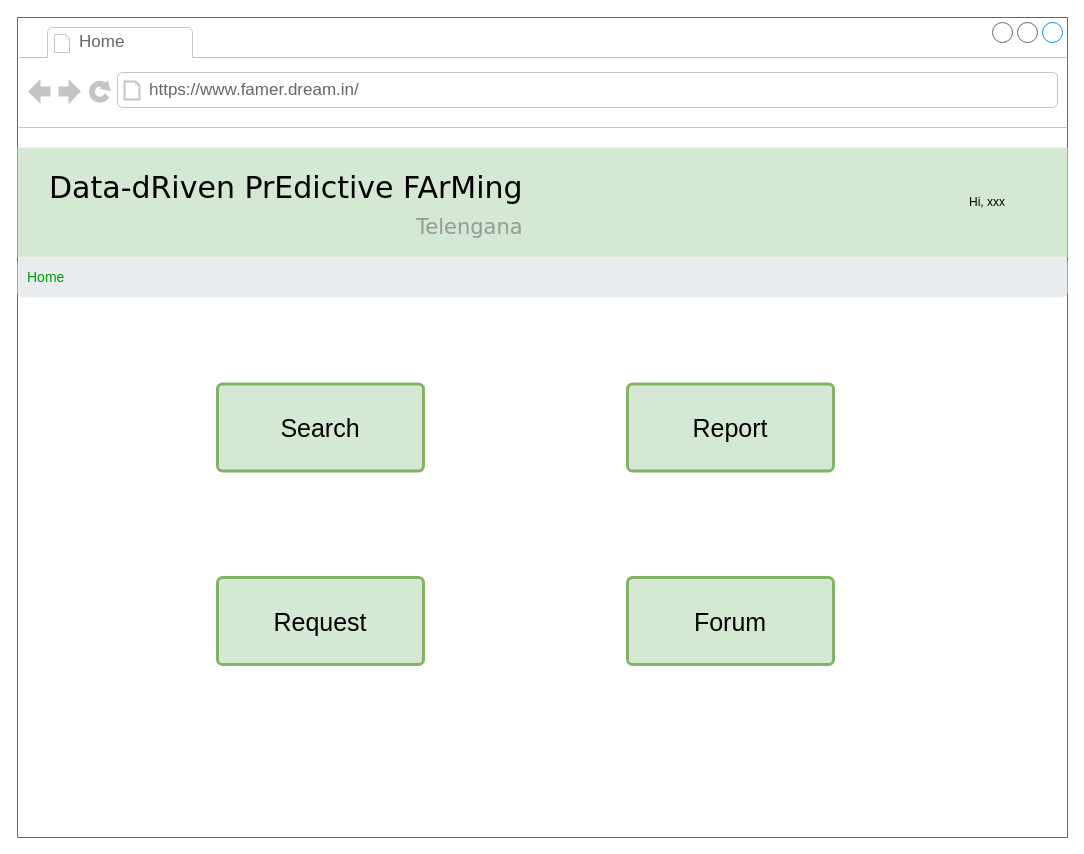
Earlier version of the draw.io diagram page "fm-home" (18 of 25) of RASD/diagrams/User Interface.drawio (ictar/DREAM-SE2-Project-2022). Source tidied: cells renumbered, new cells numbered last; positions are measured from the earlier drawing's top-left corner, leaving out a move shared by most shapes. Both pictures are drawn from the tidied source at 100%, with x=0, y=0 at pixel (17, 17).
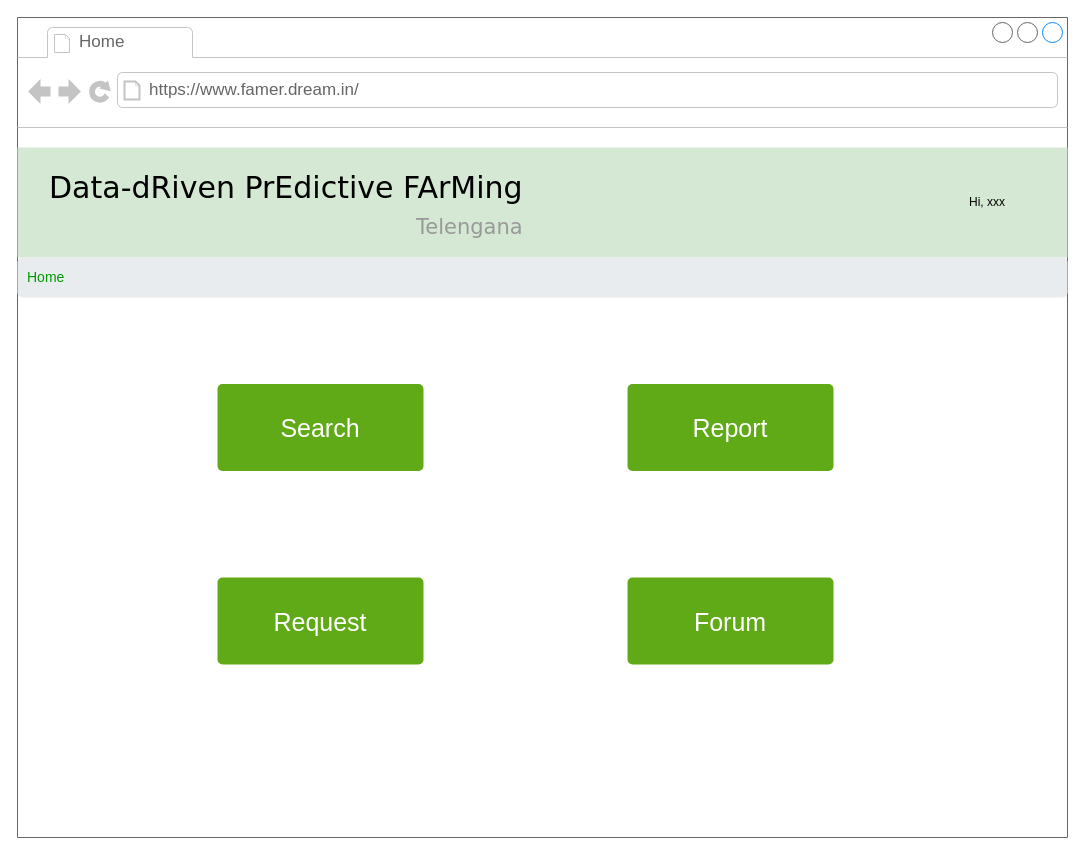
After the change.

What changed in the source:
```diff
@@
 <mxGraphModel background="#ffffff">
   <root>
     <mxCell id="0" />
     <mxCell id="1" parent="0" />
     <mxCell id="2" style="strokeWidth=1;shadow=0;dashed=0;align=center;html=1;shape=mxgraph.mockup.containers.browserWindow;rSize=0;strokeColor=none;mainText=,;rounded=0;labelBackgroundColor=none;fontFamily=Verdana;fontSize=12;" parent="1" vertex="1">
       <mxGeometry width="1050" height="820" as="geometry" />
     </mxCell>
     <mxCell id="3" value="Home" style="strokeWidth=1;shadow=0;dashed=0;align=center;html=1;shape=mxgraph.mockup.containers.anchor;fontSize=17;fontColor=#666666;align=left;" parent="2" vertex="1">
       <mxGeometry x="60" y="12" width="110" height="26" as="geometry" />
     </mxCell>
     <mxCell id="4" value="https://www.famer.dream.in/" style="strokeWidth=1;shadow=0;dashed=0;align=center;html=1;shape=mxgraph.mockup.containers.anchor;rSize=0;fontSize=17;fontColor=#666666;align=left;" parent="2" vertex="1">
       <mxGeometry x="130" y="60" width="250" height="26" as="geometry" />
     </mxCell>
-    <mxCell id="5" value="&lt;font style=&quot;font-size: 25px&quot;&gt;Search&lt;/font&gt;" style="html=1;shadow=0;dashed=0;shape=mxgraph.bootstrap.rrect;rSize=5;strokeWidth=3;whiteSpace=wrap;align=center;verticalAlign=middle;spacingLeft=0;fontStyle=0;fontSize=16;spacing=5;fillColor=#d5e8d4;strokeColor=#82b366;gradientColor=none;" parent="2" vertex="1">
+    <mxCell id="5" value="&lt;font style=&quot;font-size: 25px&quot;&gt;Search&lt;/font&gt;" style="html=1;shadow=0;dashed=0;shape=mxgraph.bootstrap.rrect;rSize=5;strokeWidth=3;whiteSpace=wrap;align=center;verticalAlign=middle;spacingLeft=0;fontStyle=0;fontSize=16;spacing=5;fillColor=#60a917;strokeColor=none;fontColor=#ffffff;" parent="2" vertex="1">
       <mxGeometry x="200" y="366.5" width="206" height="87" as="geometry" />
     </mxCell>
-    <mxCell id="6" value="&lt;font style=&quot;font-size: 25px&quot;&gt;Request&lt;/font&gt;" style="html=1;shadow=0;dashed=0;shape=mxgraph.bootstrap.rrect;rSize=5;strokeColor=#82b366;strokeWidth=3;fillColor=#d5e8d4;fontColor=default;whiteSpace=wrap;align=center;verticalAlign=middle;spacingLeft=0;fontStyle=0;fontSize=16;spacing=5;gradientColor=none;" parent="2" vertex="1">
+    <mxCell id="6" value="&lt;font style=&quot;font-size: 25px&quot;&gt;Request&lt;/font&gt;" style="html=1;shadow=0;dashed=0;shape=mxgraph.bootstrap.rrect;rSize=5;strokeColor=none;strokeWidth=3;fillColor=#60a917;fontColor=#ffffff;whiteSpace=wrap;align=center;verticalAlign=middle;spacingLeft=0;fontStyle=0;fontSize=16;spacing=5;" parent="2" vertex="1">
       <mxGeometry x="200" y="560" width="206" height="87" as="geometry" />
     </mxCell>
-    <mxCell id="7" value="&lt;font style=&quot;font-size: 25px&quot;&gt;Report&lt;/font&gt;" style="html=1;shadow=0;dashed=0;shape=mxgraph.bootstrap.rrect;rSize=5;strokeColor=#82b366;strokeWidth=3;fillColor=#d5e8d4;fontColor=default;whiteSpace=wrap;align=center;verticalAlign=middle;spacingLeft=0;fontStyle=0;fontSize=16;spacing=5;gradientColor=none;" parent="2" vertex="1">
+    <mxCell id="7" value="&lt;font style=&quot;font-size: 25px&quot;&gt;Report&lt;/font&gt;" style="html=1;shadow=0;dashed=0;shape=mxgraph.bootstrap.rrect;rSize=5;strokeColor=none;strokeWidth=3;fillColor=#60a917;fontColor=#ffffff;whiteSpace=wrap;align=center;verticalAlign=middle;spacingLeft=0;fontStyle=0;fontSize=16;spacing=5;" parent="2" vertex="1">
       <mxGeometry x="610" y="366.5" width="206" height="87" as="geometry" />
     </mxCell>
-    <mxCell id="8" value="&lt;font style=&quot;font-size: 25px&quot;&gt;Forum&lt;/font&gt;" style="html=1;shadow=0;dashed=0;shape=mxgraph.bootstrap.rrect;rSize=5;strokeColor=#82b366;strokeWidth=3;fillColor=#d5e8d4;fontColor=default;whiteSpace=wrap;align=center;verticalAlign=middle;spacingLeft=0;fontStyle=0;fontSize=16;spacing=5;gradientColor=none;" parent="2" vertex="1">
+    <mxCell id="8" value="&lt;font style=&quot;font-size: 25px&quot;&gt;Forum&lt;/font&gt;" style="html=1;shadow=0;dashed=0;shape=mxgraph.bootstrap.rrect;rSize=5;strokeColor=none;strokeWidth=3;fillColor=#60a917;fontColor=#ffffff;whiteSpace=wrap;align=center;verticalAlign=middle;spacingLeft=0;fontStyle=0;fontSize=16;spacing=5;" parent="2" vertex="1">
       <mxGeometry x="610" y="560" width="206" height="87" as="geometry" />
     </mxCell>
     <mxCell id="9" style="group;" parent="1" vertex="1">
       <mxGeometry y="130" width="1050" height="150" as="geometry" />
     </mxCell>
     <mxCell id="10" style="rounded=0;whiteSpace=wrap;html=1;fontSize=21;fillColor=#d5e8d4;strokeColor=none;" parent="9" vertex="1">
       <mxGeometry width="1050" height="110" as="geometry" />
     </mxCell>
     <mxCell id="11" value="Data-dRiven PrEdictive FArMing&lt;br&gt;&lt;div style=&quot;text-align: right&quot;&gt;&lt;font style=&quot;font-size: 21px&quot; color=&quot;#999999&quot;&gt;Telengana&lt;/font&gt;&lt;/div&gt;" style="text;html=1;align=left;verticalAlign=top;spacingTop=-4;fontSize=30;fontFamily=Verdana;" parent="9" vertex="1">
       <mxGeometry x="30" y="20" width="480" height="70" as="geometry" />
     </mxCell>
     <mxCell id="12" value="&lt;font color=&quot;#009900&quot;&gt;Home&lt;/font&gt;" style="html=1;shadow=0;dashed=0;shape=mxgraph.bootstrap.rrect;rSize=5;strokeColor=none;strokeWidth=1;fillColor=#E9ECEF;fontColor=#6C757D;whiteSpace=wrap;align=left;verticalAlign=middle;spacingLeft=0;fontStyle=0;fontSize=14;spacing=10;" parent="1" vertex="1">
       <mxGeometry y="240" width="1050" height="40" as="geometry" />
     </mxCell>
     <mxCell id="13" value="Hi, xxx" style="text;html=1;strokeColor=none;fillColor=none;align=center;verticalAlign=middle;whiteSpace=wrap;rounded=0;fontSize=12;fontColor=#000000;" parent="1" vertex="1">
       <mxGeometry x="940" y="170" width="60" height="30" as="geometry" />
     </mxCell>
   </root>
 </mxGraphModel>
```
